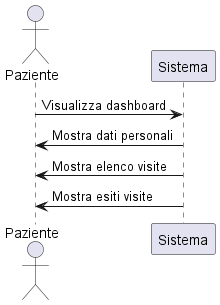
Taniyakaur/KMBhealthcenter keeps this PlantUML diagram as Latex/diagrammi_uml/paziente.png. Above is the earlier version.
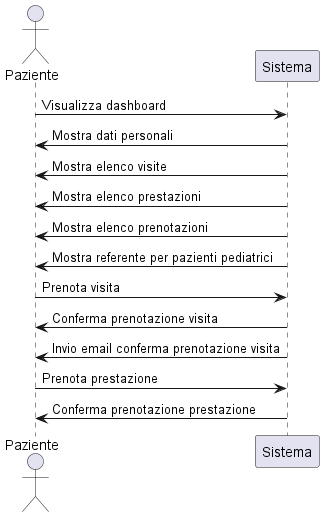
The same file after the commit.

Change to the diagram source:
```diff
@@ -4,6 +4,13 @@
 Paziente -> Sistema : Visualizza dashboard
 Sistema -> Paziente : Mostra dati personali
 Sistema -> Paziente : Mostra elenco visite
-Sistema -> Paziente : Mostra esiti visite
+Sistema -> Paziente : Mostra elenco prestazioni
+Sistema -> Paziente : Mostra elenco prenotazioni
+Sistema -> Paziente : Mostra referente per pazienti pediatrici
+Paziente -> Sistema : Prenota visita
+Sistema -> Paziente : Conferma prenotazione visita
+Sistema -> Paziente : Invio email conferma prenotazione visita
+Paziente -> Sistema : Prenota prestazione
+Sistema -> Paziente : Conferma prenotazione prestazione
 
 @enduml
```
